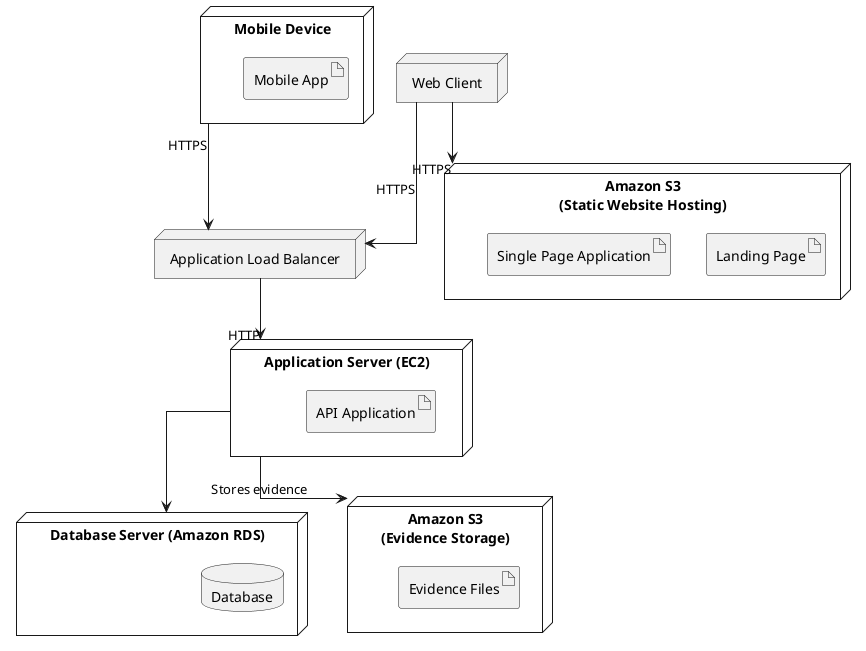
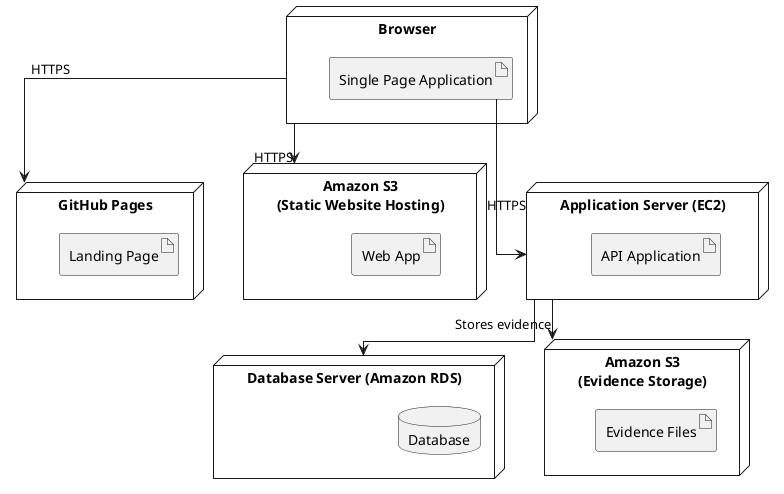
@startuml ""
skinparam linetype ortho

- node "Web Client" as WebClient
+ node "Browser" as Browser {
+   artifact "Single Page Application" as SPA
+ }

- node "Mobile Device" as MobileDevice {
-   artifact "Mobile App" as MobileApp
+ node "GitHub Pages" as GitHubPages {
+   artifact "Landing Page" as LandingPage
}

node "Amazon S3\n(Static Website Hosting)" as S3Static {
-   artifact "Landing Page" as LandingPage
-   artifact "Single Page Application" as SPA
+   artifact "Web App" as WebApp
}
- 
- node "Application Load Balancer" as ALB

node "Application Server (EC2)" as ApplicationServer {
  artifact "API Application" as APIApplication
}

node "Database Server (Amazon RDS)" as DatabaseServer {
  database "Database" as Database
}

node "Amazon S3\n(Evidence Storage)" as S3Evidence {
  artifact "Evidence Files" as EvidenceFiles
}

- WebClient --> S3Static : HTTPS
- WebClient --> ALB : HTTPS
- MobileDevice --> ALB : HTTPS
- ALB --> ApplicationServer : HTTP
+ Browser --> S3Static : HTTPS
+ Browser --> GitHubPages : HTTPS
+ SPA --> ApplicationServer : HTTPS
ApplicationServer --> DatabaseServer
ApplicationServer --> S3Evidence : Stores evidence

@enduml
